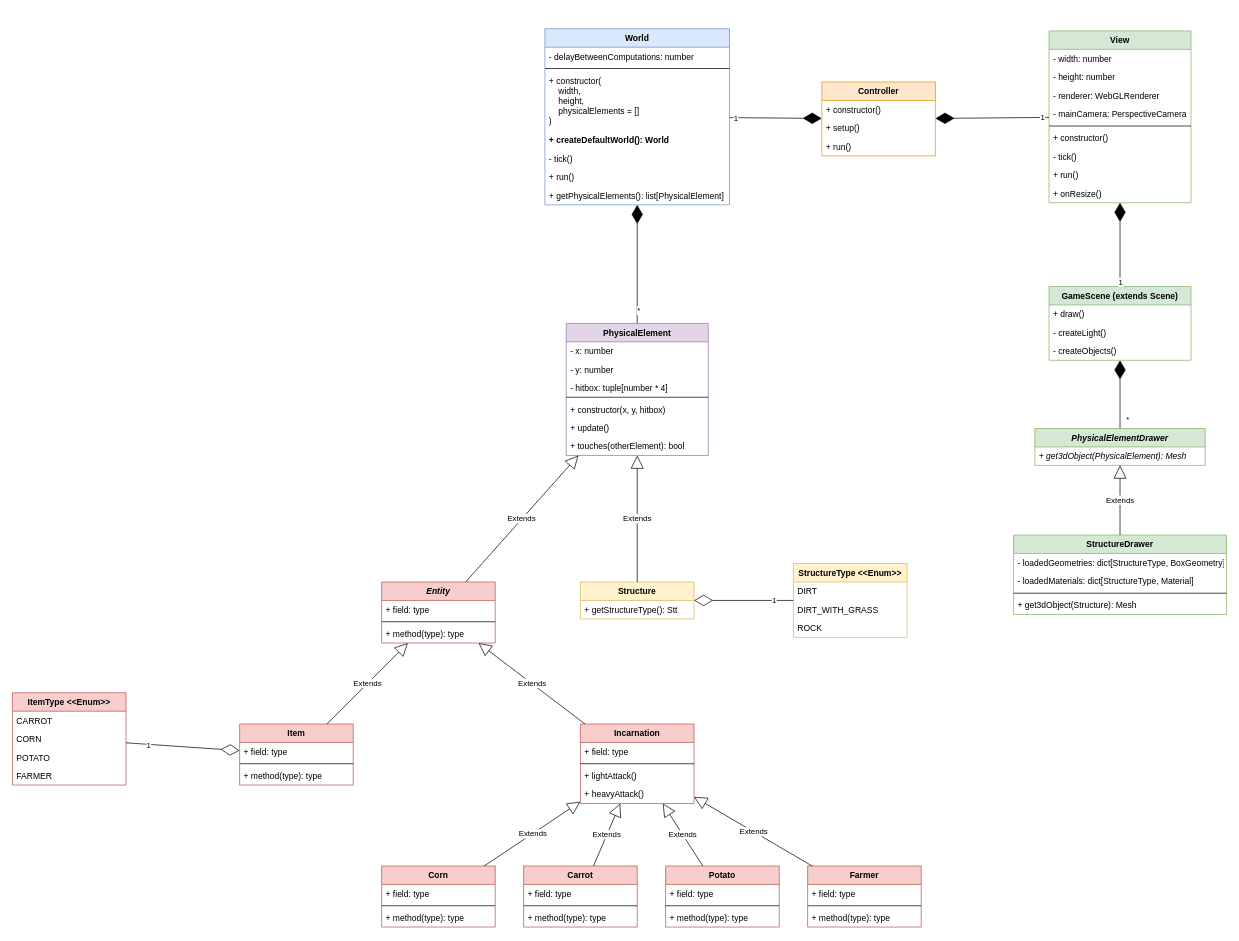
Before: information/class diagram.drawio in le-chartreux/Rutabagarre-web-edition, a draw.io diagram. Source tidied: cells renumbered, new cells numbered last; positions are measured from the earlier drawing's top-left corner, leaving out a move shared by most shapes. Both pictures are drawn from the tidied source at 71%, with x=0, y=0 at pixel (12, 28).
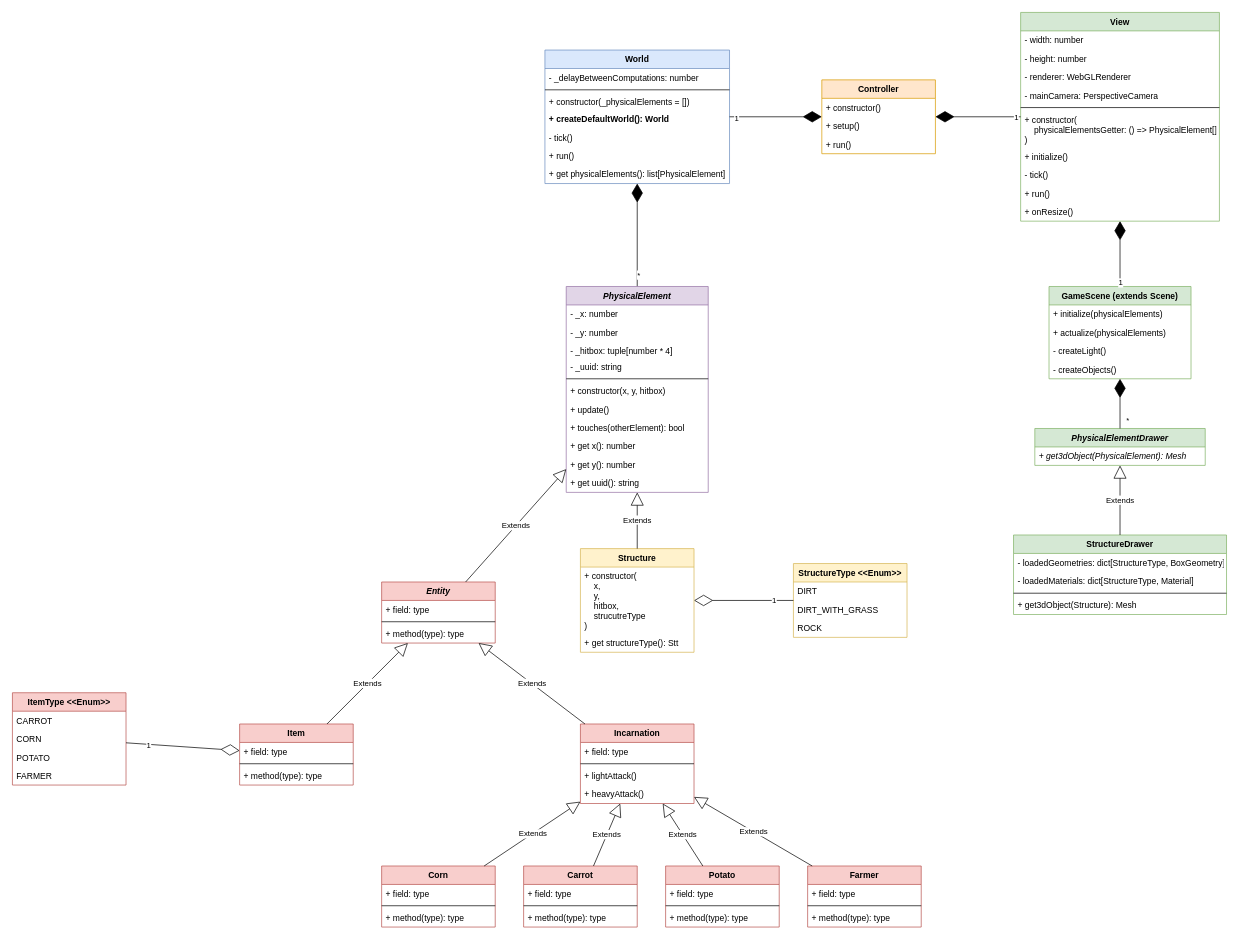
Above is the later version.

Change to the diagram source:
```diff
@@
     <mxCell id="2" value="View" style="swimlane;fontStyle=1;align=center;verticalAlign=top;horizontal=1;startSize=26;fillColor=#d5e8d4;strokeColor=#82b366;" parent="1" vertex="1">
-      <mxGeometry x="1460" y="3" width="200" height="242" as="geometry" />
+      <mxGeometry x="1420" y="-23" width="280" height="294" as="geometry" />
     </mxCell>
     <mxCell id="3" value="- width: number" style="text;strokeColor=none;fillColor=none;align=left;verticalAlign=top;spacingLeft=4;spacingRight=4;overflow=hidden;" parent="2" vertex="1">
-      <mxGeometry y="26" width="200" height="26" as="geometry" />
+      <mxGeometry y="26" width="280" height="26" as="geometry" />
     </mxCell>
     <mxCell id="4" value="- height: number" style="text;strokeColor=none;fillColor=none;align=left;verticalAlign=top;spacingLeft=4;spacingRight=4;overflow=hidden;" parent="2" vertex="1">
-      <mxGeometry y="52" width="200" height="26" as="geometry" />
+      <mxGeometry y="52" width="280" height="26" as="geometry" />
     </mxCell>
     <mxCell id="5" value="- renderer: WebGLRenderer" style="text;strokeColor=none;fillColor=none;align=left;verticalAlign=top;spacingLeft=4;spacingRight=4;overflow=hidden;" parent="2" vertex="1">
-      <mxGeometry y="78" width="200" height="26" as="geometry" />
+      <mxGeometry y="78" width="280" height="26" as="geometry" />
     </mxCell>
     <mxCell id="6" value="- mainCamera: PerspectiveCamera" style="text;strokeColor=none;fillColor=none;align=left;verticalAlign=top;spacingLeft=4;spacingRight=4;overflow=hidden;" parent="2" vertex="1">
-      <mxGeometry y="104" width="200" height="26" as="geometry" />
+      <mxGeometry y="104" width="280" height="26" as="geometry" />
     </mxCell>
     <mxCell id="7" style="line;strokeWidth=1;fillColor=none;align=left;verticalAlign=middle;spacingTop=-1;spacingLeft=3;spacingRight=3;labelPosition=right;" parent="2" vertex="1">
-      <mxGeometry y="130" width="200" height="8" as="geometry" />
+      <mxGeometry y="130" width="280" height="8" as="geometry" />
     </mxCell>
-    <mxCell id="8" value="+ constructor()" style="text;strokeColor=none;fillColor=none;align=left;verticalAlign=top;spacingLeft=4;spacingRight=4;overflow=hidden;" parent="2" vertex="1">
-      <mxGeometry y="138" width="200" height="26" as="geometry" />
+    <mxCell id="8" value="+ constructor(&#10;    physicalElementsGetter: () =&gt; PhysicalElement[]&#10;)" style="text;strokeColor=none;fillColor=none;align=left;verticalAlign=top;spacingLeft=4;spacingRight=4;overflow=hidden;" parent="2" vertex="1">
+      <mxGeometry y="138" width="280" height="52" as="geometry" />
     </mxCell>
+    <mxCell id="106" value="+ initialize()" style="text;strokeColor=none;fillColor=none;align=left;verticalAlign=top;spacingLeft=4;spacingRight=4;overflow=hidden;" parent="2" vertex="1">
+      <mxGeometry y="190" width="280" height="26" as="geometry" />
+    </mxCell>
     <mxCell id="9" value="- tick()" style="text;strokeColor=none;fillColor=none;align=left;verticalAlign=top;spacingLeft=4;spacingRight=4;overflow=hidden;" parent="2" vertex="1">
-      <mxGeometry y="164" width="200" height="26" as="geometry" />
+      <mxGeometry y="216" width="280" height="26" as="geometry" />
     </mxCell>
     <mxCell id="10" value="+ run()" style="text;strokeColor=none;fillColor=none;align=left;verticalAlign=top;spacingLeft=4;spacingRight=4;overflow=hidden;" parent="2" vertex="1">
-      <mxGeometry y="190" width="200" height="26" as="geometry" />
+      <mxGeometry y="242" width="280" height="26" as="geometry" />
     </mxCell>
     <mxCell id="11" value="+ onResize()" style="text;strokeColor=none;fillColor=none;align=left;verticalAlign=top;spacingLeft=4;spacingRight=4;overflow=hidden;" parent="2" vertex="1">
-      <mxGeometry y="216" width="200" height="26" as="geometry" />
+      <mxGeometry y="268" width="280" height="26" as="geometry" />
     </mxCell>
     <mxCell id="12" value="Controller" style="swimlane;fontStyle=1;align=center;verticalAlign=top;horizontal=1;startSize=26;fillColor=#ffe6cc;strokeColor=#d79b00;" parent="1" vertex="1">
-      <mxGeometry x="1140" y="75" width="160" height="104" as="geometry" />
+      <mxGeometry x="1140" y="72" width="160" height="104" as="geometry" />
     </mxCell>
@@
     <mxCell id="16" value="World" style="swimlane;fontStyle=1;align=center;verticalAlign=top;horizontal=1;startSize=26;fillColor=#dae8fc;strokeColor=#6c8ebf;" parent="1" vertex="1">
-      <mxGeometry x="750" width="260" height="248" as="geometry" />
+      <mxGeometry x="750" y="30" width="260" height="188" as="geometry" />
     </mxCell>
-    <mxCell id="17" value="- delayBetweenComputations: number" style="text;strokeColor=none;fillColor=none;align=left;verticalAlign=top;spacingLeft=4;spacingRight=4;overflow=hidden;" parent="16" vertex="1">
+    <mxCell id="17" value="- _delayBetweenComputations: number" style="text;strokeColor=none;fillColor=none;align=left;verticalAlign=top;spacingLeft=4;spacingRight=4;overflow=hidden;" parent="16" vertex="1">
       <mxGeometry y="26" width="260" height="26" as="geometry" />
     </mxCell>
@@
-    <mxCell id="19" value="+ constructor(&#10;    width, &#10;    height, &#10;    physicalElements = []&#10;)" style="text;strokeColor=none;fillColor=none;align=left;verticalAlign=top;spacingLeft=4;spacingRight=4;overflow=hidden;" parent="16" vertex="1">
-      <mxGeometry y="60" width="260" height="84" as="geometry" />
+    <mxCell id="19" value="+ constructor(_physicalElements = [])" style="text;strokeColor=none;fillColor=none;align=left;verticalAlign=top;spacingLeft=4;spacingRight=4;overflow=hidden;" parent="16" vertex="1">
+      <mxGeometry y="60" width="260" height="24" as="geometry" />
     </mxCell>
     <mxCell id="20" value="+ createDefaultWorld(): World" style="text;strokeColor=none;fillColor=none;align=left;verticalAlign=top;spacingLeft=4;spacingRight=4;overflow=hidden;fontStyle=1;" parent="16" vertex="1">
-      <mxGeometry y="144" width="260" height="26" as="geometry" />
+      <mxGeometry y="84" width="260" height="26" as="geometry" />
     </mxCell>
     <mxCell id="21" value="- tick()" style="text;strokeColor=none;fillColor=none;align=left;verticalAlign=top;spacingLeft=4;spacingRight=4;overflow=hidden;" parent="16" vertex="1">
-      <mxGeometry y="170" width="260" height="26" as="geometry" />
+      <mxGeometry y="110" width="260" height="26" as="geometry" />
     </mxCell>
     <mxCell id="22" value="+ run()" style="text;strokeColor=none;fillColor=none;align=left;verticalAlign=top;spacingLeft=4;spacingRight=4;overflow=hidden;" parent="16" vertex="1">
-      <mxGeometry y="196" width="260" height="26" as="geometry" />
+      <mxGeometry y="136" width="260" height="26" as="geometry" />
     </mxCell>
-    <mxCell id="23" value="+ getPhysicalElements(): list[PhysicalElement]" style="text;strokeColor=none;fillColor=none;align=left;verticalAlign=top;spacingLeft=4;spacingRight=4;overflow=hidden;" parent="16" vertex="1">
-      <mxGeometry y="222" width="260" height="26" as="geometry" />
+    <mxCell id="23" value="+ get physicalElements(): list[PhysicalElement]" style="text;strokeColor=none;fillColor=none;align=left;verticalAlign=top;spacingLeft=4;spacingRight=4;overflow=hidden;" parent="16" vertex="1">
+      <mxGeometry y="162" width="260" height="26" as="geometry" />
     </mxCell>
@@
     <mxCell id="32" value="Structure" style="swimlane;fontStyle=1;align=center;verticalAlign=top;horizontal=1;startSize=26;fillColor=#fff2cc;strokeColor=#d6b656;" parent="1" vertex="1">
-      <mxGeometry x="800" y="779.2" width="160" height="52" as="geometry" />
+      <mxGeometry x="800" y="732.2" width="160" height="146" as="geometry" />
     </mxCell>
+    <mxCell id="107" value="+ constructor(&#10;    x, &#10;    y, &#10;    hitbox, &#10;    strucutreType&#10;)" style="text;strokeColor=none;fillColor=none;align=left;verticalAlign=top;spacingLeft=4;spacingRight=4;overflow=hidden;" parent="32" vertex="1">
+      <mxGeometry y="26" width="160" height="94" as="geometry" />
+    </mxCell>
-    <mxCell id="33" value="+ getStructureType(): Stt" style="text;strokeColor=none;fillColor=none;align=left;verticalAlign=top;spacingLeft=4;spacingRight=4;overflow=hidden;" parent="32" vertex="1">
-      <mxGeometry y="26" width="160" height="26" as="geometry" />
+    <mxCell id="33" value="+ get structureType(): Stt" style="text;strokeColor=none;fillColor=none;align=left;verticalAlign=top;spacingLeft=4;spacingRight=4;overflow=hidden;" parent="32" vertex="1">
+      <mxGeometry y="120" width="160" height="26" as="geometry" />
     </mxCell>
@@
-    <mxCell id="67" value="PhysicalElement" style="swimlane;fontStyle=1;align=center;verticalAlign=top;horizontal=1;startSize=26;fillColor=#e1d5e7;strokeColor=#9673a6;" parent="1" vertex="1">
-      <mxGeometry x="780" y="415" width="200" height="186" as="geometry" />
+    <mxCell id="67" value="PhysicalElement" style="swimlane;fontStyle=3;align=center;verticalAlign=top;horizontal=1;startSize=26;fillColor=#e1d5e7;strokeColor=#9673a6;" parent="1" vertex="1">
+      <mxGeometry x="780" y="363" width="200" height="290" as="geometry" />
     </mxCell>
-    <mxCell id="68" value="- x: number" style="text;strokeColor=none;fillColor=none;align=left;verticalAlign=top;spacingLeft=4;spacingRight=4;overflow=hidden;" parent="67" vertex="1">
+    <mxCell id="68" value="- _x: number" style="text;strokeColor=none;fillColor=none;align=left;verticalAlign=top;spacingLeft=4;spacingRight=4;overflow=hidden;" parent="67" vertex="1">
       <mxGeometry y="26" width="200" height="26" as="geometry" />
     </mxCell>
-    <mxCell id="69" value="- y: number" style="text;strokeColor=none;fillColor=none;align=left;verticalAlign=top;spacingLeft=4;spacingRight=4;overflow=hidden;" parent="67" vertex="1">
+    <mxCell id="69" value="- _y: number" style="text;strokeColor=none;fillColor=none;align=left;verticalAlign=top;spacingLeft=4;spacingRight=4;overflow=hidden;" parent="67" vertex="1">
       <mxGeometry y="52" width="200" height="26" as="geometry" />
     </mxCell>
-    <mxCell id="70" value="- hitbox: tuple[number * 4]" style="text;strokeColor=none;fillColor=none;align=left;verticalAlign=top;spacingLeft=4;spacingRight=4;overflow=hidden;" parent="67" vertex="1">
+    <mxCell id="70" value="- _hitbox: tuple[number * 4]" style="text;strokeColor=none;fillColor=none;align=left;verticalAlign=top;spacingLeft=4;spacingRight=4;overflow=hidden;" parent="67" vertex="1">
       <mxGeometry y="78" width="200" height="22" as="geometry" />
     </mxCell>
+    <mxCell id="108" value="- _uuid: string" style="text;strokeColor=none;fillColor=none;align=left;verticalAlign=top;spacingLeft=4;spacingRight=4;overflow=hidden;" parent="67" vertex="1">
+      <mxGeometry y="100" width="200" height="26" as="geometry" />
+    </mxCell>
     <mxCell id="71" style="line;strokeWidth=1;fillColor=none;align=left;verticalAlign=middle;spacingTop=-1;spacingLeft=3;spacingRight=3;labelPosition=right;" parent="67" vertex="1">
-      <mxGeometry y="100" width="200" height="8" as="geometry" />
+      <mxGeometry y="126" width="200" height="8" as="geometry" />
     </mxCell>
     <mxCell id="72" value="+ constructor(x, y, hitbox)" style="text;strokeColor=none;fillColor=none;align=left;verticalAlign=top;spacingLeft=4;spacingRight=4;overflow=hidden;" parent="67" vertex="1">
-      <mxGeometry y="108" width="200" height="26" as="geometry" />
+      <mxGeometry y="134" width="200" height="26" as="geometry" />
     </mxCell>
     <mxCell id="73" value="+ update()" style="text;strokeColor=none;fillColor=none;align=left;verticalAlign=top;spacingLeft=4;spacingRight=4;overflow=hidden;" parent="67" vertex="1">
-      <mxGeometry y="134" width="200" height="26" as="geometry" />
+      <mxGeometry y="160" width="200" height="26" as="geometry" />
     </mxCell>
     <mxCell id="74" value="+ touches(otherElement): bool" style="text;strokeColor=none;fillColor=none;align=left;verticalAlign=top;spacingLeft=4;spacingRight=4;overflow=hidden;" parent="67" vertex="1">
-      <mxGeometry y="160" width="200" height="26" as="geometry" />
+      <mxGeometry y="186" width="200" height="26" as="geometry" />
     </mxCell>
+    <mxCell id="109" value="+ get x(): number" style="text;strokeColor=none;fillColor=none;align=left;verticalAlign=top;spacingLeft=4;spacingRight=4;overflow=hidden;" parent="67" vertex="1">
+      <mxGeometry y="212" width="200" height="26" as="geometry" />
+    </mxCell>
+    <mxCell id="110" value="+ get y(): number" style="text;strokeColor=none;fillColor=none;align=left;verticalAlign=top;spacingLeft=4;spacingRight=4;overflow=hidden;" parent="67" vertex="1">
+      <mxGeometry y="238" width="200" height="26" as="geometry" />
+    </mxCell>
+    <mxCell id="111" value="+ get uuid(): string" style="text;strokeColor=none;fillColor=none;align=left;verticalAlign=top;spacingLeft=4;spacingRight=4;overflow=hidden;" parent="67" vertex="1">
+      <mxGeometry y="264" width="200" height="26" as="geometry" />
+    </mxCell>
@@
     <mxCell id="77" value="GameScene (extends Scene)" style="swimlane;fontStyle=1;align=center;verticalAlign=top;horizontal=1;startSize=26;fillColor=#d5e8d4;strokeColor=#82b366;" parent="1" vertex="1">
-      <mxGeometry x="1460" y="363" width="200" height="104" as="geometry" />
+      <mxGeometry x="1460" y="363" width="200" height="130" as="geometry" />
     </mxCell>
-    <mxCell id="78" value="+ draw()" style="text;strokeColor=none;fillColor=none;align=left;verticalAlign=top;spacingLeft=4;spacingRight=4;overflow=hidden;" parent="77" vertex="1">
+    <mxCell id="78" value="+ initialize(physicalElements)" style="text;strokeColor=none;fillColor=none;align=left;verticalAlign=top;spacingLeft=4;spacingRight=4;overflow=hidden;" parent="77" vertex="1">
       <mxGeometry y="26" width="200" height="26" as="geometry" />
     </mxCell>
+    <mxCell id="112" value="+ actualize(physicalElements)" style="text;strokeColor=none;fillColor=none;align=left;verticalAlign=top;spacingLeft=4;spacingRight=4;overflow=hidden;" parent="77" vertex="1">
+      <mxGeometry y="52" width="200" height="26" as="geometry" />
+    </mxCell>
     <mxCell id="79" value="- createLight()" style="text;strokeColor=none;fillColor=none;align=left;verticalAlign=top;spacingLeft=4;spacingRight=4;overflow=hidden;" parent="77" vertex="1">
-      <mxGeometry y="52" width="200" height="26" as="geometry" />
+      <mxGeometry y="78" width="200" height="26" as="geometry" />
     </mxCell>
     <mxCell id="80" value="- createObjects()" style="text;strokeColor=none;fillColor=none;align=left;verticalAlign=top;spacingLeft=4;spacingRight=4;overflow=hidden;" parent="77" vertex="1">
-      <mxGeometry y="78" width="200" height="26" as="geometry" />
+      <mxGeometry y="104" width="200" height="26" as="geometry" />
     </mxCell>
```
